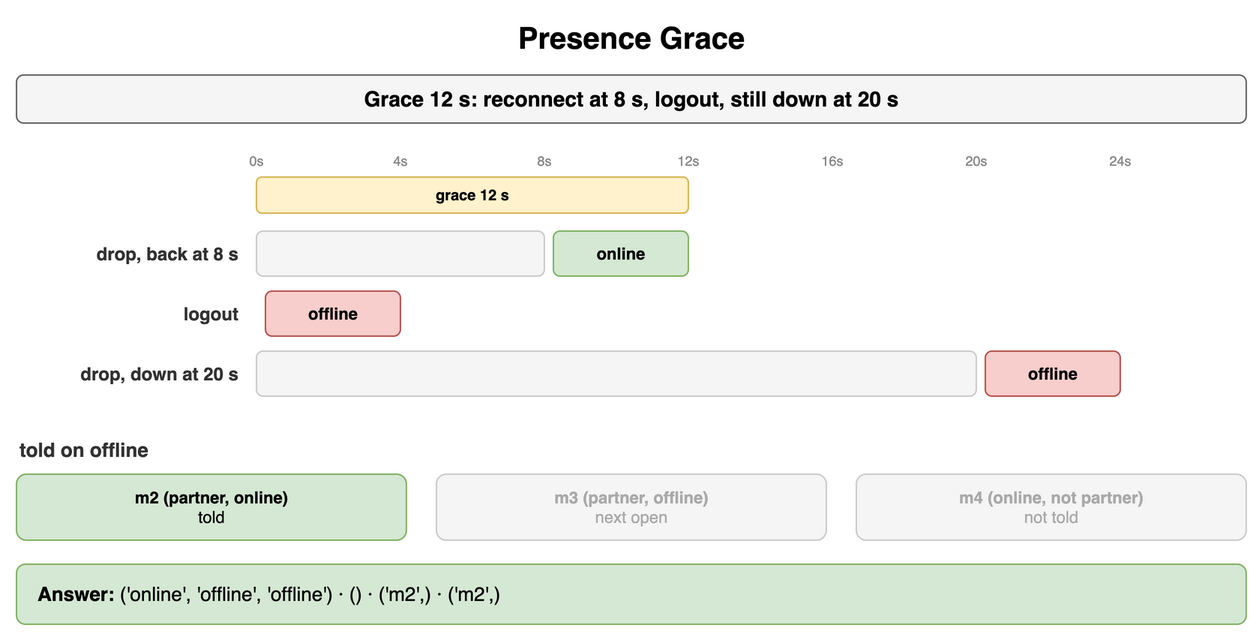
Before: content/09_System_Design_Interview/21_Real_Time_and_Notification_Systems/diagrams/notifications-drills-5-presence-grace.png, a diagram exported from draw.io (amendez13/swe-study-guide). Source tidied: cells renumbered, new cells last; positions are measured from the earlier drawing's top-left corner, leaving out a move shared by most shapes.
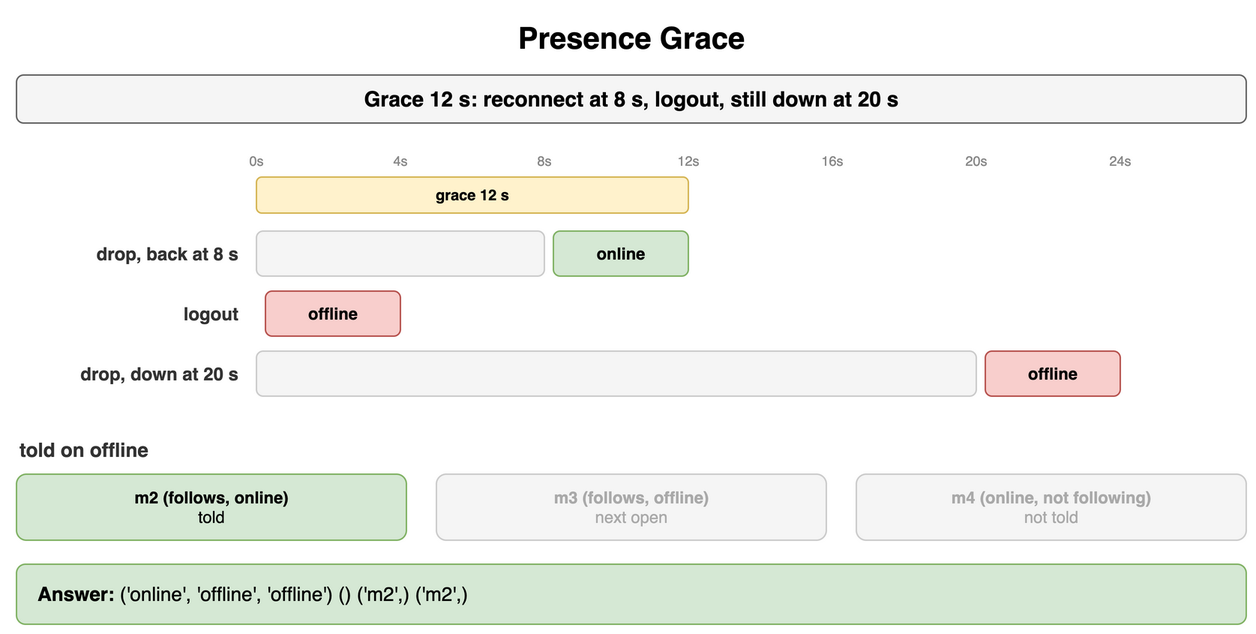
After the change.

Change to the diagram source:
```diff
@@ -59,16 +59,16 @@
     <mxCell id="20" value="told on offline" style="text;html=1;whiteSpace=wrap;fontSize=11;align=left;verticalAlign=middle;fontSize=13;fontColor=#333333;fontStyle=1;" parent="1" vertex="1">
       <mxGeometry y="280" width="300" height="20" as="geometry" />
     </mxCell>
-    <mxCell id="21" value="m2 (partner, online)&lt;br&gt;&lt;span style='font-weight:normal'&gt;told&lt;/span&gt;" style="rounded=1;whiteSpace=wrap;html=1;fillColor=#d5e8d4;strokeColor=#82b366;fontSize=11;align=center;fontStyle=1;" parent="1" vertex="1">
+    <mxCell id="21" value="m2 (follows, online)&lt;br&gt;&lt;span style='font-weight:normal'&gt;told&lt;/span&gt;" style="rounded=1;whiteSpace=wrap;html=1;fillColor=#d5e8d4;strokeColor=#82b366;fontSize=11;align=center;fontStyle=1;" parent="1" vertex="1">
       <mxGeometry y="306" width="260" height="44" as="geometry" />
     </mxCell>
-    <mxCell id="22" value="m3 (partner, offline)&lt;br&gt;&lt;span style='font-weight:normal'&gt;next open&lt;/span&gt;" style="rounded=1;whiteSpace=wrap;html=1;fillColor=#f5f5f5;strokeColor=#cccccc;fontSize=11;align=center;fontStyle=1;fontColor=#aaaaaa;" parent="1" vertex="1">
+    <mxCell id="22" value="m3 (follows, offline)&lt;br&gt;&lt;span style='font-weight:normal'&gt;next open&lt;/span&gt;" style="rounded=1;whiteSpace=wrap;html=1;fillColor=#f5f5f5;strokeColor=#cccccc;fontSize=11;align=center;fontStyle=1;fontColor=#aaaaaa;" parent="1" vertex="1">
       <mxGeometry x="280" y="306" width="260" height="44" as="geometry" />
     </mxCell>
-    <mxCell id="23" value="m4 (online, not partner)&lt;br&gt;&lt;span style='font-weight:normal'&gt;not told&lt;/span&gt;" style="rounded=1;whiteSpace=wrap;html=1;fillColor=#f5f5f5;strokeColor=#cccccc;fontSize=11;align=center;fontStyle=1;fontColor=#aaaaaa;" parent="1" vertex="1">
+    <mxCell id="23" value="m4 (online, not following)&lt;br&gt;&lt;span style='font-weight:normal'&gt;not told&lt;/span&gt;" style="rounded=1;whiteSpace=wrap;html=1;fillColor=#f5f5f5;strokeColor=#cccccc;fontSize=11;align=center;fontStyle=1;fontColor=#aaaaaa;" parent="1" vertex="1">
       <mxGeometry x="560" y="306" width="260" height="44" as="geometry" />
     </mxCell>
-    <mxCell id="24" value="&lt;b&gt;Answer:&lt;/b&gt; ('online', 'offline', 'offline') · () · ('m2',) · ('m2',)" style="rounded=1;whiteSpace=wrap;html=1;fillColor=#d5e8d4;strokeColor=#82b366;fontSize=13;align=left;spacingLeft=12;" parent="1" vertex="1">
+    <mxCell id="24" value="&lt;b&gt;Answer:&lt;/b&gt; ('online', 'offline', 'offline') () ('m2',) ('m2',)" style="rounded=1;whiteSpace=wrap;html=1;fillColor=#d5e8d4;strokeColor=#82b366;fontSize=13;align=left;spacingLeft=12;" parent="1" vertex="1">
       <mxGeometry y="366" width="820" height="40" as="geometry" />
     </mxCell>
   </root>
```
